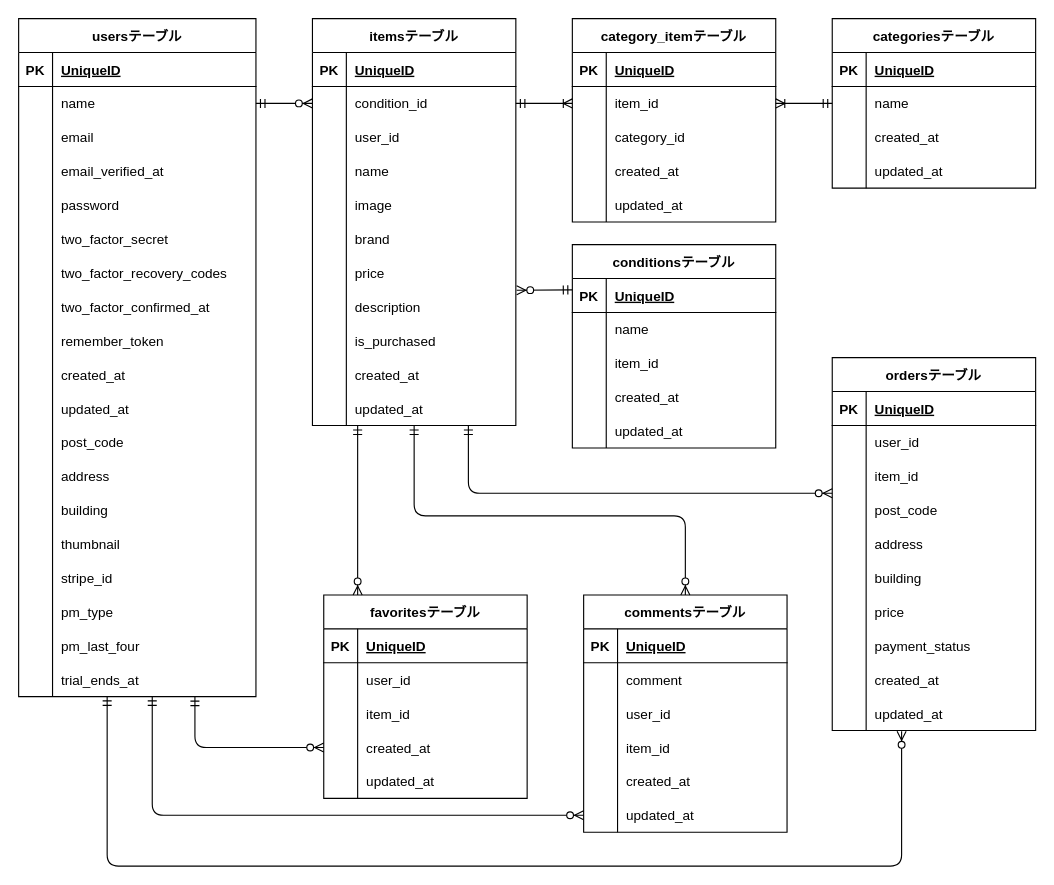
Earlier version of the draw.io diagram coachtechFreemarket.drawio (Haruka-Wada/CoachtechFreemarket). Source tidied: cells renumbered, new cells numbered last; positions are measured from the earlier drawing's top-left corner, leaving out a move shared by most shapes. Both pictures are drawn from the tidied source at 113%, with x=0, y=0 at pixel (18, 18).
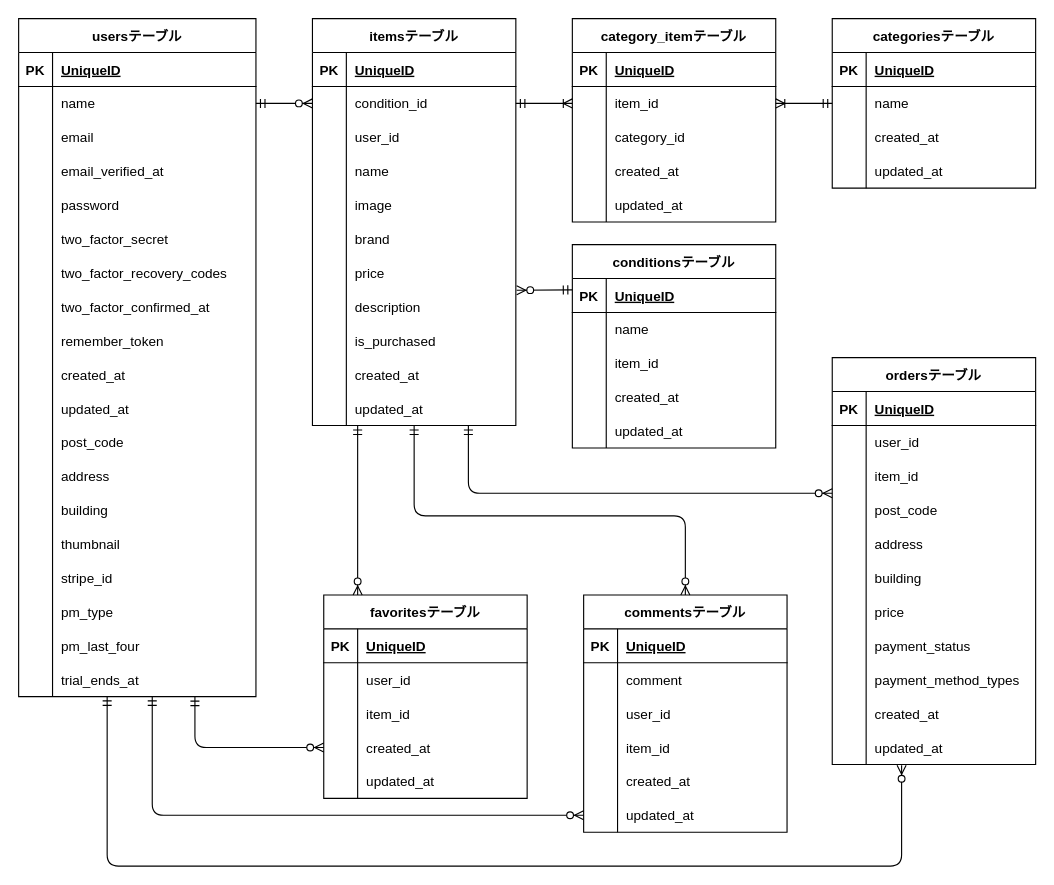
The same diagram, later.

What changed in the source:
```diff
@@
     <mxCell id="178" value="ordersテーブル" style="shape=table;startSize=30;childLayout=tableLayout;rowLines=0;fontStyle=1;align=center;" parent="1" vertex="1">
-      <mxGeometry x="720" y="300" width="180" height="330" as="geometry" />
+      <mxGeometry x="720" y="300" width="180" height="360" as="geometry" />
     </mxCell>
@@
+    <mxCell id="215" style="shape=tableRow;horizontal=0;startSize=0;swimlaneHead=0;swimlaneBody=0;fillColor=none;top=0;left=0;right=0;bottom=0;" parent="178" vertex="1">
+      <mxGeometry y="270" width="180" height="30" as="geometry" />
+    </mxCell>
+    <mxCell id="216" style="shape=partialRectangle;fillColor=none;top=0;left=0;bottom=0;right=0;overflow=hidden;" parent="215" vertex="1">
+      <mxGeometry width="30" height="30" as="geometry" />
+    </mxCell>
+    <mxCell id="217" value="payment_method_types" style="shape=partialRectangle;fillColor=none;top=0;left=0;bottom=0;right=0;align=left;spacingLeft=6;overflow=hidden;" parent="215" vertex="1">
+      <mxGeometry x="30" width="150" height="30" as="geometry" />
+    </mxCell>
     <mxCell id="203" style="shape=tableRow;horizontal=0;startSize=0;swimlaneHead=0;swimlaneBody=0;fillColor=none;top=0;left=0;right=0;bottom=0;" parent="178" vertex="1">
-      <mxGeometry y="270" width="180" height="30" as="geometry" />
+      <mxGeometry y="300" width="180" height="30" as="geometry" />
     </mxCell>
@@
     <mxCell id="206" style="shape=tableRow;horizontal=0;startSize=0;swimlaneHead=0;swimlaneBody=0;fillColor=none;points=[[0,0.5],[1,0.5]];portConstraint=eastwest;top=0;left=0;right=0;bottom=0;" parent="178" vertex="1">
-      <mxGeometry y="300" width="180" height="30" as="geometry" />
+      <mxGeometry y="330" width="180" height="30" as="geometry" />
     </mxCell>
```
